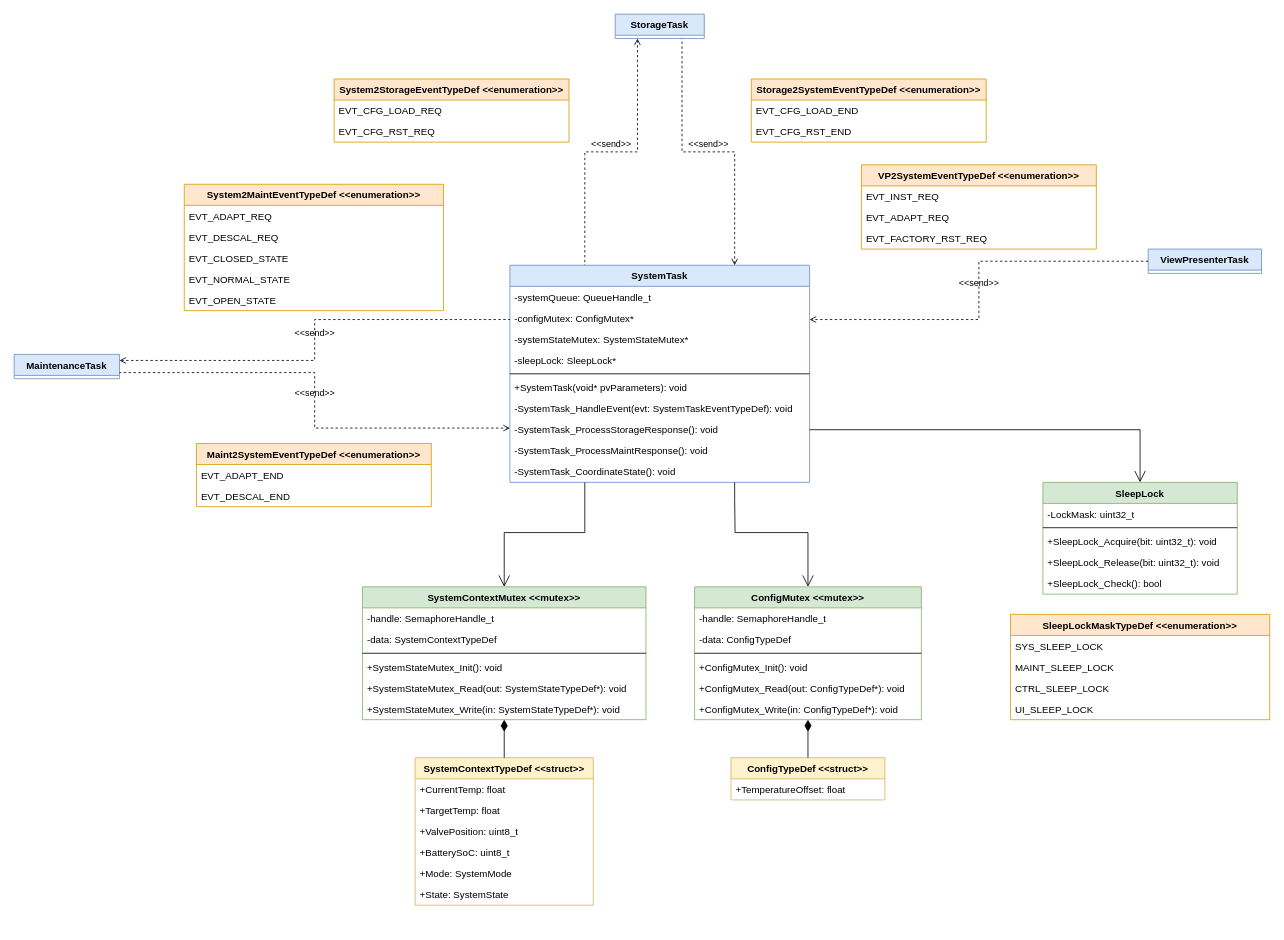
MiraTherm/miratherm-radiator-thermostat-documentation keeps this draw.io diagram as page "core" (2 of 6) of software/diagrams/mt-rt-sw-design.drawio. Above is the earlier version. Source tidied: cells renumbered, new cells numbered last; positions are measured from the earlier drawing's top-left corner, leaving out a move shared by most shapes. Both pictures are drawn from the tidied source at 81%, with x=0, y=0 at pixel (14, 14).
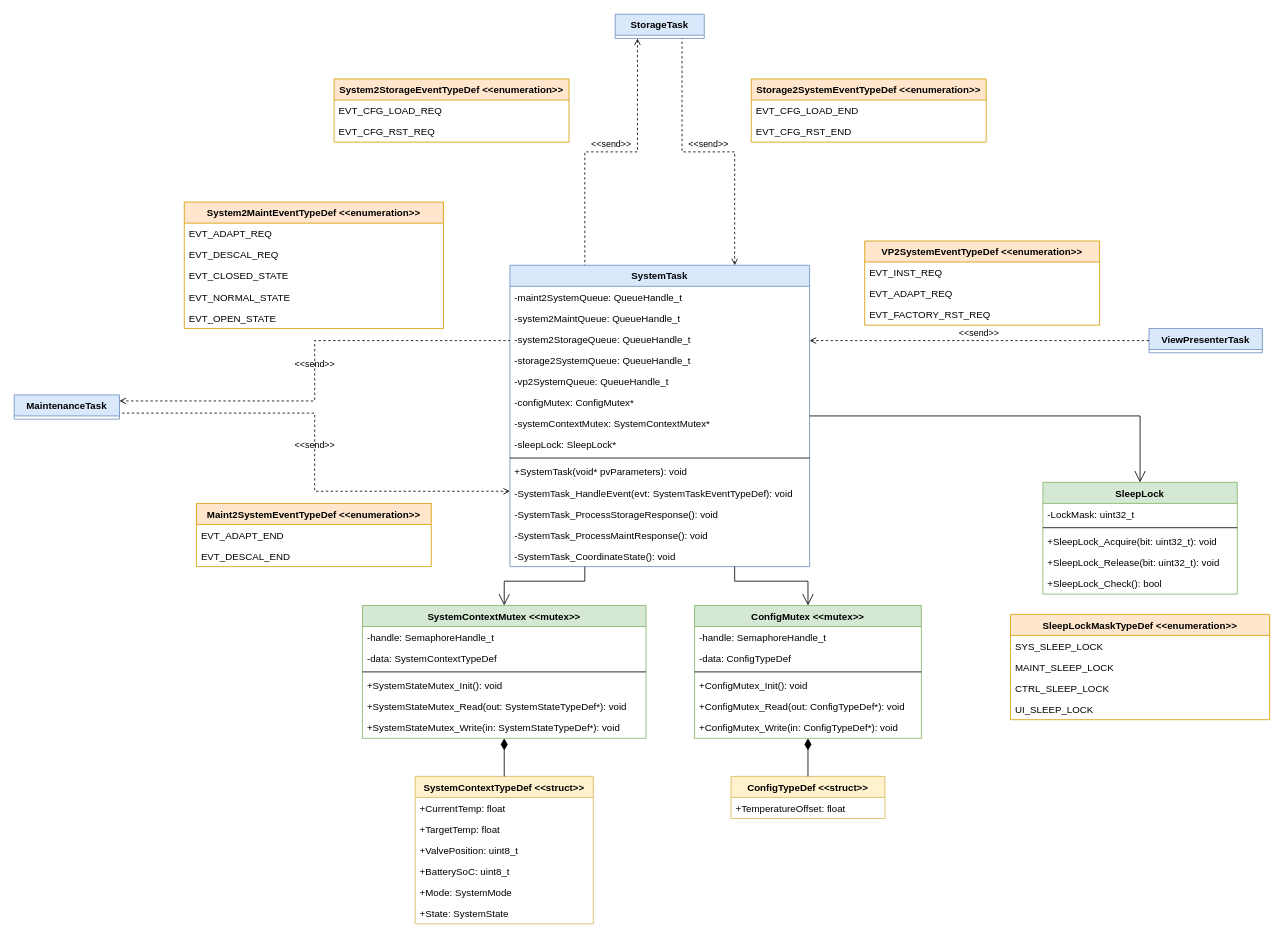
After the change.

Unchanged cells that the change refers to:
```xml
<mxCell id="2" value="SleepLock" style="swimlane;fontStyle=1;horizontal=1;startSize=26;fillColor=#d5e8d4;strokeColor=#82b366;" parent="1" vertex="1">
  <mxGeometry x="1270" y="578" width="240" height="138" as="geometry" />
</mxCell>
```

Diff of the diagram source:
```diff
@@
     <mxCell id="8" value="SystemTask" style="swimlane;fontStyle=1;horizontal=1;startSize=26;fillColor=#dae8fc;strokeColor=#6c8ebf;" parent="1" vertex="1">
-      <mxGeometry x="612" y="310" width="370" height="268" as="geometry" />
+      <mxGeometry x="612" y="310" width="370" height="372" as="geometry" />
     </mxCell>
-    <mxCell id="9" value="-systemQueue: QueueHandle_t" style="text;strokeColor=none;fillColor=none;align=left;verticalAlign=top;spacingLeft=4;spacingRight=4;overflow=hidden;" parent="8" vertex="1">
-      <mxGeometry y="26" width="370" height="26" as="geometry" />
-    </mxCell>
+    <mxCell id="84" value="-maint2SystemQueue: QueueHandle_t" style="text;strokeColor=none;fillColor=none;align=left;verticalAlign=top;spacingLeft=4;spacingRight=4;overflow=hidden;" parent="8" vertex="1">
+      <mxGeometry y="26" width="370" height="26" as="geometry" />
+    </mxCell>
+    <mxCell id="85" value="-system2MaintQueue: QueueHandle_t" style="text;strokeColor=none;fillColor=none;align=left;verticalAlign=top;spacingLeft=4;spacingRight=4;overflow=hidden;" parent="8" vertex="1">
+      <mxGeometry y="52" width="370" height="26" as="geometry" />
+    </mxCell>
+    <mxCell id="86" value="-system2StorageQueue: QueueHandle_t" style="text;strokeColor=none;fillColor=none;align=left;verticalAlign=top;spacingLeft=4;spacingRight=4;overflow=hidden;" parent="8" vertex="1">
+      <mxGeometry y="78" width="370" height="26" as="geometry" />
+    </mxCell>
+    <mxCell id="87" value="-storage2SystemQueue: QueueHandle_t" style="text;strokeColor=none;fillColor=none;align=left;verticalAlign=top;spacingLeft=4;spacingRight=4;overflow=hidden;" parent="8" vertex="1">
+      <mxGeometry y="104" width="370" height="26" as="geometry" />
+    </mxCell>
+    <mxCell id="88" value="-vp2SystemQueue: QueueHandle_t" style="text;strokeColor=none;fillColor=none;align=left;verticalAlign=top;spacingLeft=4;spacingRight=4;overflow=hidden;" parent="8" vertex="1">
+      <mxGeometry y="130" width="370" height="26" as="geometry" />
+    </mxCell>
     <mxCell id="10" value="-configMutex: ConfigMutex*" style="text;strokeColor=none;fillColor=none;align=left;verticalAlign=top;spacingLeft=4;spacingRight=4;overflow=hidden;" parent="8" vertex="1">
-      <mxGeometry y="52" width="370" height="26" as="geometry" />
+      <mxGeometry y="156" width="370" height="26" as="geometry" />
     </mxCell>
-    <mxCell id="11" value="-systemStateMutex: SystemStateMutex*" style="text;strokeColor=none;fillColor=none;align=left;verticalAlign=top;spacingLeft=4;spacingRight=4;overflow=hidden;" parent="8" vertex="1">
-      <mxGeometry y="78" width="370" height="26" as="geometry" />
+    <mxCell id="11" value="-systemContextMutex: SystemContextMutex*" style="text;strokeColor=none;fillColor=none;align=left;verticalAlign=top;spacingLeft=4;spacingRight=4;overflow=hidden;" parent="8" vertex="1">
+      <mxGeometry y="182" width="370" height="26" as="geometry" />
     </mxCell>
     <mxCell id="12" value="-sleepLock: SleepLock*" style="text;strokeColor=none;fillColor=none;align=left;verticalAlign=top;spacingLeft=4;spacingRight=4;overflow=hidden;" parent="8" vertex="1">
-      <mxGeometry y="104" width="370" height="26" as="geometry" />
+      <mxGeometry y="208" width="370" height="26" as="geometry" />
     </mxCell>
     <mxCell id="13" style="line;strokeWidth=1;fillColor=none;align=left;verticalAlign=middle;spacingTop=-1;spacingLeft=3;spacingRight=3;labelPosition=right;" parent="8" vertex="1">
-      <mxGeometry y="130" width="370" height="8" as="geometry" />
+      <mxGeometry y="234" width="370" height="8" as="geometry" />
     </mxCell>
     <mxCell id="14" value="+SystemTask(void* pvParameters): void" style="text;strokeColor=none;fillColor=none;align=left;verticalAlign=top;spacingLeft=4;spacingRight=4;overflow=hidden;" parent="8" vertex="1">
-      <mxGeometry y="138" width="370" height="26" as="geometry" />
+      <mxGeometry y="242" width="370" height="26" as="geometry" />
     </mxCell>
     <mxCell id="15" value="-SystemTask_HandleEvent(evt: SystemTaskEventTypeDef): void" style="text;strokeColor=none;fillColor=none;align=left;verticalAlign=top;spacingLeft=4;spacingRight=4;overflow=hidden;" parent="8" vertex="1">
-      <mxGeometry y="164" width="370" height="26" as="geometry" />
+      <mxGeometry y="268" width="370" height="26" as="geometry" />
     </mxCell>
     <mxCell id="16" value="-SystemTask_ProcessStorageResponse(): void" style="text;strokeColor=none;fillColor=none;align=left;verticalAlign=top;spacingLeft=4;spacingRight=4;overflow=hidden;points=[[0,0.5],[1,0.5]];portConstraint=eastwest;" parent="8" vertex="1">
-      <mxGeometry y="190" width="370" height="26" as="geometry" />
+      <mxGeometry y="294" width="370" height="26" as="geometry" />
     </mxCell>
     <mxCell id="17" value="-SystemTask_ProcessMaintResponse(): void" style="text;strokeColor=none;fillColor=none;align=left;verticalAlign=top;spacingLeft=4;spacingRight=4;overflow=hidden;" parent="8" vertex="1">
-      <mxGeometry y="216" width="370" height="26" as="geometry" />
+      <mxGeometry y="320" width="370" height="26" as="geometry" />
     </mxCell>
     <mxCell id="18" value="-SystemTask_CoordinateState(): void" style="text;strokeColor=none;fillColor=none;align=left;verticalAlign=top;spacingLeft=4;spacingRight=4;overflow=hidden;" parent="8" vertex="1">
-      <mxGeometry y="242" width="370" height="26" as="geometry" />
+      <mxGeometry y="346" width="370" height="26" as="geometry" />
     </mxCell>
     <mxCell id="19" value="ViewPresenterTask" style="swimlane;fontStyle=1;horizontal=1;startSize=26;fillColor=#dae8fc;strokeColor=#6c8ebf;" parent="1" vertex="1" collapsed="1">
-      <mxGeometry x="1400" y="290" width="140" height="30" as="geometry" />
+      <mxGeometry x="1401" y="388" width="140" height="30" as="geometry" />
     </mxCell>
     <mxCell id="20" value="MaintenanceTask" style="swimlane;fontStyle=1;horizontal=1;startSize=26;fillColor=#dae8fc;strokeColor=#6c8ebf;" parent="1" vertex="1" collapsed="1">
-      <mxGeometry y="420" width="130" height="30" as="geometry" />
+      <mxGeometry y="470" width="130" height="30" as="geometry" />
     </mxCell>
@@
     <mxCell id="22" value="System2MaintEventTypeDef &lt;&lt;enumeration&gt;&gt;" style="swimlane;fontStyle=1;horizontal=1;startSize=26;fillColor=#ffe6cc;strokeColor=#d79b00;" parent="1" vertex="1">
-      <mxGeometry x="210" y="210" width="320" height="156" as="geometry" />
+      <mxGeometry x="210" y="232" width="320" height="156" as="geometry" />
     </mxCell>
@@
     <mxCell id="28" value="Maint2SystemEventTypeDef &lt;&lt;enumeration&gt;&gt;" style="swimlane;fontStyle=1;horizontal=1;startSize=26;fillColor=#ffe6cc;strokeColor=#d79b00;" parent="1" vertex="1">
-      <mxGeometry x="225" y="530" width="290" height="78" as="geometry" />
+      <mxGeometry x="225" y="604" width="290" height="78" as="geometry" />
     </mxCell>
@@
     <mxCell id="42" value="SystemContextTypeDef &lt;&lt;struct&gt;&gt;" style="swimlane;fontStyle=1;horizontal=1;startSize=26;fillColor=#fff2cc;strokeColor=#d6b656;" parent="1" vertex="1">
-      <mxGeometry x="495" y="918" width="220" height="182" as="geometry" />
+      <mxGeometry x="495" y="941" width="220" height="182" as="geometry" />
     </mxCell>
@@
     <mxCell id="49" value="ConfigTypeDef &lt;&lt;struct&gt;&gt;" style="swimlane;fontStyle=1;horizontal=1;startSize=26;fillColor=#fff2cc;strokeColor=#d6b656;" parent="1" vertex="1">
-      <mxGeometry x="885" y="918" width="190" height="52" as="geometry" />
+      <mxGeometry x="885" y="941" width="190" height="52" as="geometry" />
     </mxCell>
@@
     <mxCell id="51" value="SystemContextMutex &lt;&lt;mutex&gt;&gt;" style="swimlane;fontStyle=1;horizontal=1;startSize=26;fillColor=#d5e8d4;strokeColor=#82b366;" parent="1" vertex="1">
-      <mxGeometry x="430" y="707" width="350" height="164" as="geometry" />
+      <mxGeometry x="430" y="730" width="350" height="164" as="geometry" />
     </mxCell>
@@
     <mxCell id="58" value="ConfigMutex &lt;&lt;mutex&gt;&gt;" style="swimlane;fontStyle=1;horizontal=1;startSize=26;fillColor=#d5e8d4;strokeColor=#82b366;" parent="1" vertex="1">
-      <mxGeometry x="840" y="707" width="280" height="164" as="geometry" />
+      <mxGeometry x="840" y="730" width="280" height="164" as="geometry" />
     </mxCell>
@@
     <mxCell id="65" style="endArrow=diamondThin;endFill=1;endSize=12;html=1;rounded=0;exitX=0.5;exitY=0;exitDx=0;exitDy=0;edgeStyle=orthogonalEdgeStyle;entryX=0.5;entryY=1;entryDx=0;entryDy=0;" parent="1" edge="1" source="49" target="58">
       <mxGeometry relative="1" as="geometry">
         <Array as="points">
-          <mxPoint x="980" y="918" />
-          <mxPoint x="980" y="871" />
+          <mxPoint x="980" y="941" />
+          <mxPoint x="980" y="894" />
         </Array>
       </mxGeometry>
     </mxCell>
     <mxCell id="66" style="endArrow=diamondThin;endFill=1;endSize=12;html=1;rounded=0;exitX=0.5;exitY=0;exitDx=0;exitDy=0;edgeStyle=orthogonalEdgeStyle;entryX=0.5;entryY=1;entryDx=0;entryDy=0;" parent="1" edge="1" source="42" target="51">
       <mxGeometry relative="1" as="geometry">
         <Array as="points">
-          <mxPoint x="605" y="901" />
-          <mxPoint x="605" y="901" />
+          <mxPoint x="605" y="924" />
+          <mxPoint x="605" y="924" />
         </Array>
       </mxGeometry>
     </mxCell>
@@
     <mxCell id="71" value="VP2SystemEventTypeDef &lt;&lt;enumeration&gt;&gt;" style="swimlane;fontStyle=1;horizontal=1;startSize=26;fillColor=#ffe6cc;strokeColor=#d79b00;" parent="1" vertex="1">
-      <mxGeometry x="1046" y="186" width="290" height="104" as="geometry" />
+      <mxGeometry x="1050" y="280" width="290" height="104" as="geometry" />
     </mxCell>
@@
-    <mxCell id="81" style="endArrow=open;endFill=1;endSize=12;html=1;rounded=0;edgeStyle=orthogonalEdgeStyle;entryX=0.5;entryY=0;entryDx=0;entryDy=0;exitX=1;exitY=0.5;exitDx=0;exitDy=0;" parent="1" edge="1" source="16" target="2">
+    <mxCell id="81" style="endArrow=open;endFill=1;endSize=12;html=1;rounded=0;edgeStyle=orthogonalEdgeStyle;entryX=0.5;entryY=0;entryDx=0;entryDy=0;exitX=1;exitY=0.5;exitDx=0;exitDy=0;" parent="1" edge="1" source="8" target="2">
       <mxGeometry relative="1" as="geometry">
         <Array as="points">
-          <mxPoint x="1390" y="513" />
+          <mxPoint x="1390" y="496" />
         </Array>
       </mxGeometry>
     </mxCell>
     <mxCell id="82" style="endArrow=open;endFill=1;endSize=12;html=1;rounded=0;edgeStyle=orthogonalEdgeStyle;entryX=0.5;entryY=0;entryDx=0;entryDy=0;exitX=0.25;exitY=1;exitDx=0;exitDy=0;" parent="1" edge="1" source="8" target="51">
       <mxGeometry relative="1" as="geometry">
         <Array as="points">
-          <mxPoint x="704" y="640" />
-          <mxPoint x="605" y="640" />
+          <mxPoint x="705" y="700" />
+          <mxPoint x="605" y="700" />
         </Array>
       </mxGeometry>
     </mxCell>
     <mxCell id="83" style="endArrow=open;endFill=1;endSize=12;html=1;rounded=0;edgeStyle=orthogonalEdgeStyle;entryX=0.5;entryY=0;entryDx=0;entryDy=0;exitX=0.75;exitY=1;exitDx=0;exitDy=0;" parent="1" edge="1" source="8" target="58">
       <mxGeometry relative="1" as="geometry">
         <Array as="points">
-          <mxPoint x="890" y="600" />
-          <mxPoint x="890" y="640" />
-          <mxPoint x="980" y="640" />
+          <mxPoint x="889" y="700" />
+          <mxPoint x="980" y="700" />
         </Array>
       </mxGeometry>
     </mxCell>
```
